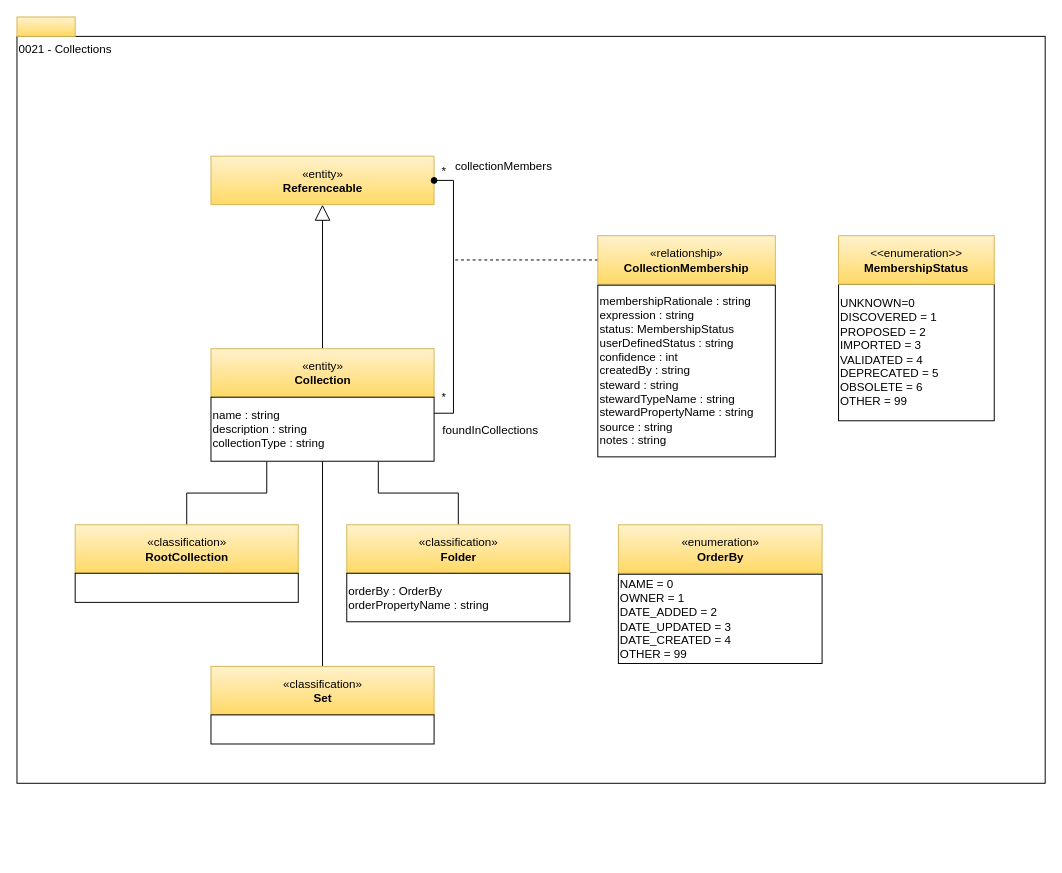
Above: page "0021-Collections" (12 of 32) of site/docs/types/0/area-0-basic-types-and-infrastructure.drawio in odpi/egeria-docs (draw.io), before the change. Source tidied: cells renumbered, new cells numbered last; positions are measured from the earlier drawing's top-left corner, leaving out a move shared by most shapes. Both pictures are drawn from the tidied source at 97%, with x=0, y=0 at pixel (16, 16).
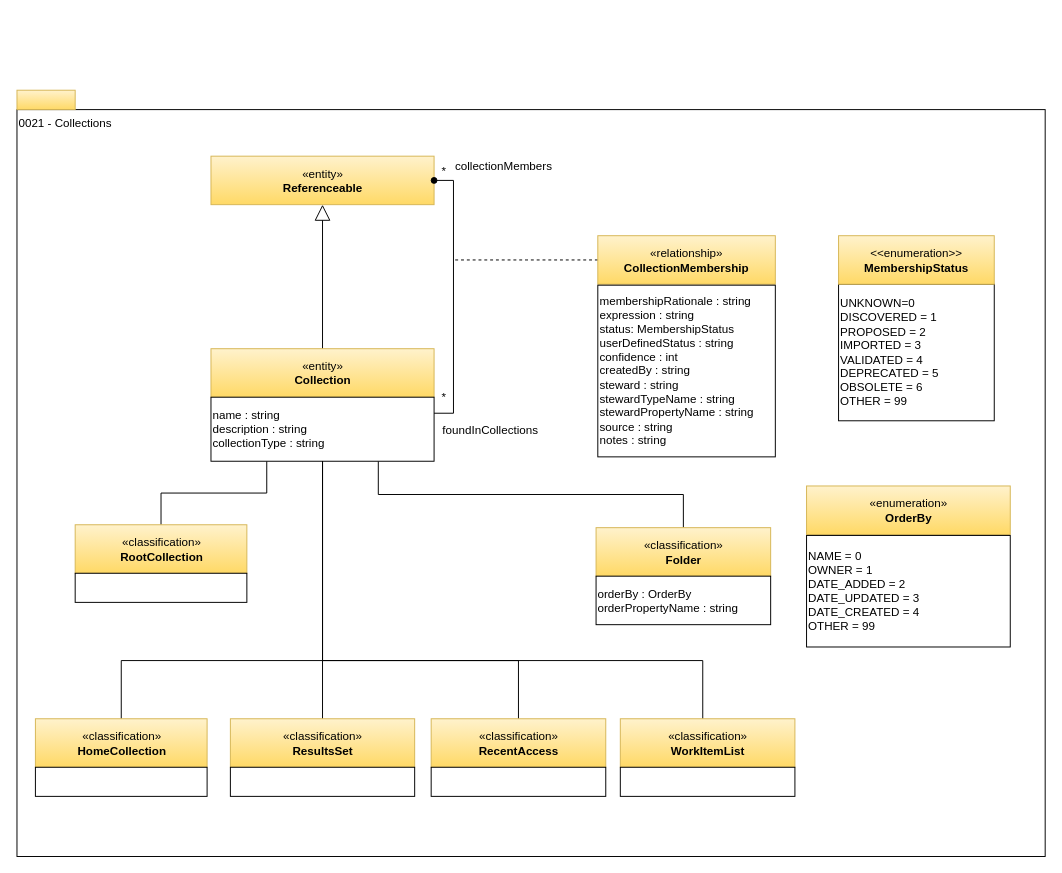
The same page after the edit.

Unchanged cells that the change refers to:
```xml
<mxCell id="8" value="name : string&lt;br&gt;description : string&lt;br&gt;collectionType : string" style="rounded=0;whiteSpace=wrap;html=1;align=left;" parent="1" vertex="1">
  <mxGeometry x="200" y="392" width="230" height="66" as="geometry" />
</mxCell>
```

The edit, as a diff of the source:
```diff
@@
     <mxCell id="2" value="0021 - Collections" style="rounded=0;whiteSpace=wrap;html=1;align=left;verticalAlign=top;" parent="1" vertex="1">
-      <mxGeometry y="20" width="1060" height="770" as="geometry" />
+      <mxGeometry y="95.5" width="1060" height="770" as="geometry" />
     </mxCell>
@@
     <mxCell id="5" style="html=1;strokeColor=#d6b656;align=center;fillColor=#fff2cc;gradientColor=#ffd966;" parent="1" vertex="1">
-      <mxGeometry width="60" height="20" as="geometry" />
+      <mxGeometry y="75.5" width="60" height="20" as="geometry" />
     </mxCell>
@@
+    <mxCell id="29" style="edgeStyle=orthogonalEdgeStyle;rounded=0;jettySize=auto;html=1;exitX=0.5;exitY=1;exitDx=0;exitDy=0;entryX=0.5;entryY=0;entryDx=0;entryDy=0;endArrow=none;endFill=0;" parent="1" edge="1" source="8" target="30">
+      <mxGeometry relative="1" as="geometry">
+        <Array as="points">
+          <mxPoint x="315" y="663.5" />
+          <mxPoint x="108" y="663.5" />
+        </Array>
+      </mxGeometry>
+    </mxCell>
+    <mxCell id="26" style="edgeStyle=orthogonalEdgeStyle;rounded=0;jettySize=auto;html=1;exitX=0.5;exitY=1;exitDx=0;exitDy=0;entryX=0.5;entryY=0;entryDx=0;entryDy=0;endArrow=none;endFill=0;" parent="1" edge="1" source="8" target="27">
+      <mxGeometry relative="1" as="geometry" />
+    </mxCell>
@@
     <mxCell id="9" value="«classification»&lt;br&gt;&lt;b&gt;RootCollection&lt;/b&gt;" style="html=1;strokeColor=#d6b656;align=center;fillColor=#fff2cc;gradientColor=#ffd966;" parent="1" vertex="1">
-      <mxGeometry x="60" y="523.5" width="230" height="50" as="geometry" />
+      <mxGeometry x="60" y="523.5" width="177" height="50" as="geometry" />
     </mxCell>
     <mxCell id="10" style="rounded=0;whiteSpace=wrap;html=1;align=left;" parent="1" vertex="1">
-      <mxGeometry x="60" y="573.5" width="230" height="30" as="geometry" />
+      <mxGeometry x="60" y="573.5" width="177" height="30" as="geometry" />
     </mxCell>
@@
     <mxCell id="19" value="«enumeration»&lt;br&gt;&lt;span&gt;&lt;b&gt;OrderBy&lt;/b&gt;&lt;/span&gt;&lt;br&gt;" style="html=1;strokeColor=#d6b656;align=center;fillColor=#fff2cc;gradientColor=#ffd966;" parent="1" vertex="1">
-      <mxGeometry x="620" y="523.5" width="210" height="50" as="geometry" />
+      <mxGeometry x="814" y="483.5" width="210" height="50" as="geometry" />
     </mxCell>
     <mxCell id="20" value="&lt;div style=&quot;text-align: left&quot;&gt;NAME = 0&lt;/div&gt;&lt;div style=&quot;text-align: left&quot;&gt;OWNER = 1&lt;/div&gt;&lt;div style=&quot;text-align: left&quot;&gt;DATE_ADDED = 2&lt;/div&gt;&lt;div&gt;DATE_UPDATED = 3&lt;/div&gt;&lt;div&gt;DATE_CREATED = 4&lt;/div&gt;&lt;div&gt;&lt;span&gt;OTHER = 99&lt;/span&gt;&lt;br&gt;&lt;/div&gt;" style="rounded=0;whiteSpace=wrap;html=1;strokeColor=#000000;gradientColor=#ffffff;align=left;" parent="1" vertex="1">
-      <mxGeometry x="620" y="574.5" width="210" height="92" as="geometry" />
+      <mxGeometry x="814" y="534.5" width="210" height="115" as="geometry" />
     </mxCell>
     <mxCell id="21" value="«classification»&lt;br&gt;&lt;b&gt;Folder&lt;/b&gt;" style="html=1;strokeColor=#d6b656;align=center;fillColor=#fff2cc;gradientColor=#ffd966;" parent="1" vertex="1">
-      <mxGeometry x="340" y="523.5" width="230" height="50" as="geometry" />
+      <mxGeometry x="597" y="526.5" width="180" height="50" as="geometry" />
     </mxCell>
     <mxCell id="22" value="orderBy : OrderBy&lt;br&gt;orderPropertyName : string&lt;br&gt;" style="rounded=0;whiteSpace=wrap;html=1;align=left;" parent="1" vertex="1">
-      <mxGeometry x="340" y="573.5" width="230" height="50" as="geometry" />
+      <mxGeometry x="597" y="576.5" width="180" height="50" as="geometry" />
     </mxCell>
@@
-    <mxCell id="26" style="edgeStyle=orthogonalEdgeStyle;rounded=0;html=1;exitX=0.5;exitY=1;endArrow=none;endFill=0;jettySize=auto;exitDx=0;exitDy=0;" parent="1" edge="1" source="8" target="27">
-      <mxGeometry relative="1" as="geometry" />
-    </mxCell>
-    <mxCell id="27" value="«classification»&lt;br&gt;&lt;b&gt;Set&lt;/b&gt;" style="html=1;strokeColor=#d6b656;align=center;fillColor=#fff2cc;gradientColor=#ffd966;" parent="1" vertex="1">
-      <mxGeometry x="200" y="669.5" width="230" height="50" as="geometry" />
+    <mxCell id="27" value="«classification»&lt;br&gt;&lt;b&gt;ResultsSet&lt;/b&gt;" style="html=1;strokeColor=#d6b656;align=center;fillColor=#fff2cc;gradientColor=#ffd966;" parent="1" vertex="1">
+      <mxGeometry x="220" y="723.5" width="190" height="50" as="geometry" />
     </mxCell>
     <mxCell id="28" style="rounded=0;whiteSpace=wrap;html=1;align=left;" parent="1" vertex="1">
-      <mxGeometry x="200" y="719.5" width="230" height="30" as="geometry" />
+      <mxGeometry x="220" y="773.5" width="190" height="30" as="geometry" />
     </mxCell>
+    <mxCell id="30" value="«classification»&lt;br&gt;&lt;b&gt;HomeCollection&lt;/b&gt;" style="html=1;strokeColor=#d6b656;align=center;fillColor=#fff2cc;gradientColor=#ffd966;" parent="1" vertex="1">
+      <mxGeometry x="19" y="723.5" width="177" height="50" as="geometry" />
+    </mxCell>
+    <mxCell id="31" style="rounded=0;whiteSpace=wrap;html=1;align=left;" parent="1" vertex="1">
+      <mxGeometry x="19" y="773.5" width="177" height="30" as="geometry" />
+    </mxCell>
+    <mxCell id="32" style="edgeStyle=orthogonalEdgeStyle;rounded=0;html=1;exitX=0.5;exitY=1;endArrow=none;endFill=0;jettySize=auto;exitDx=0;exitDy=0;" parent="1" edge="1" source="8" target="33">
+      <mxGeometry relative="1" as="geometry">
+        <Array as="points">
+          <mxPoint x="315" y="663.5" />
+          <mxPoint x="517" y="663.5" />
+        </Array>
+      </mxGeometry>
+    </mxCell>
+    <mxCell id="33" value="«classification»&lt;br&gt;&lt;b&gt;RecentAccess&lt;/b&gt;" style="html=1;strokeColor=#d6b656;align=center;fillColor=#fff2cc;gradientColor=#ffd966;" parent="1" vertex="1">
+      <mxGeometry x="427" y="723.5" width="180" height="50" as="geometry" />
+    </mxCell>
+    <mxCell id="34" style="rounded=0;whiteSpace=wrap;html=1;align=left;" parent="1" vertex="1">
+      <mxGeometry x="427" y="773.5" width="180" height="30" as="geometry" />
+    </mxCell>
+    <mxCell id="35" style="edgeStyle=orthogonalEdgeStyle;rounded=0;html=1;exitX=0.5;exitY=1;endArrow=none;endFill=0;jettySize=auto;exitDx=0;exitDy=0;" parent="1" edge="1" source="8" target="36">
+      <mxGeometry relative="1" as="geometry">
+        <Array as="points">
+          <mxPoint x="315" y="663.5" />
+          <mxPoint x="707" y="663.5" />
+        </Array>
+      </mxGeometry>
+    </mxCell>
+    <mxCell id="36" value="«classification»&lt;br&gt;&lt;b&gt;WorkItemList&lt;/b&gt;" style="html=1;strokeColor=#d6b656;align=center;fillColor=#fff2cc;gradientColor=#ffd966;" parent="1" vertex="1">
+      <mxGeometry x="622" y="723.5" width="180" height="50" as="geometry" />
+    </mxCell>
+    <mxCell id="37" style="rounded=0;whiteSpace=wrap;html=1;align=left;" parent="1" vertex="1">
+      <mxGeometry x="622" y="773.5" width="180" height="30" as="geometry" />
+    </mxCell>
```
